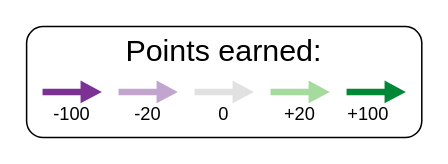
The draw.io diagram frontend/rewards.drawio in LBrinkmann/reward-networks-iii-experiment, before the edit. Source tidied: cells renumbered, new cells numbered last; positions are measured from the earlier drawing's top-left corner, leaving out a move shared by most shapes. Both pictures are drawn from the tidied source at 152%, with x=0, y=0 at pixel (26, 26).
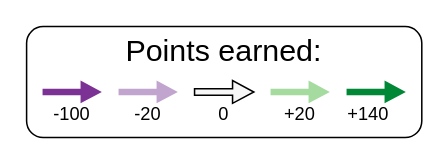
The same page after the edit.

What changed in the source:
```diff
@@
 <mxGraphModel>
   <root>
     <mxCell id="0" />
     <mxCell id="1" parent="0" />
     <mxCell id="2" style="rounded=1;whiteSpace=wrap;html=1;" parent="1" vertex="1">
       <mxGeometry width="260" height="73" as="geometry" />
     </mxCell>
-    <mxCell id="3" style="shape=flexArrow;endArrow=classic;html=1;rounded=0;endWidth=9.696969696969697;endSize=4.333333333333334;width=4.242424242424242;fillColor=#e1e1e1;strokeColor=none;" parent="1" edge="1">
+    <mxCell id="3" style="shape=flexArrow;endArrow=classic;html=1;rounded=0;endWidth=9.696969696969697;endSize=4.333333333333334;width=4.242424242424242;fillColor=#f7f7f7;strokeColor=default;" parent="1" edge="1">
       <mxGeometry relative="1" as="geometry">
         <mxPoint x="110" y="43" as="sourcePoint" />
         <mxPoint x="150" y="43" as="targetPoint" />
       </mxGeometry>
     </mxCell>
     <mxCell id="4" style="shape=flexArrow;endArrow=classic;html=1;rounded=0;endWidth=9.696969696969697;endSize=4.333333333333334;width=4.242424242424242;fillColor=#a6dba0;strokeColor=none;" parent="1" edge="1">
       <mxGeometry relative="1" as="geometry">
         <mxPoint x="160" y="43" as="sourcePoint" />
         <mxPoint x="200" y="43" as="targetPoint" />
       </mxGeometry>
     </mxCell>
     <mxCell id="5" style="shape=flexArrow;endArrow=classic;html=1;rounded=0;endWidth=9.696969696969697;endSize=4.333333333333334;width=4.242424242424242;fillColor=#008837;strokeColor=none;" parent="1" edge="1">
       <mxGeometry relative="1" as="geometry">
         <mxPoint x="210" y="43" as="sourcePoint" />
         <mxPoint x="250" y="43" as="targetPoint" />
       </mxGeometry>
     </mxCell>
     <mxCell id="6" value="Points earned:" style="text;html=1;strokeColor=none;fillColor=none;align=center;verticalAlign=middle;whiteSpace=wrap;rounded=0;fontSize=20;" parent="1" vertex="1">
       <mxGeometry x="5" width="250" height="30" as="geometry" />
     </mxCell>
     <mxCell id="7" style="shape=flexArrow;endArrow=classic;html=1;rounded=0;endWidth=9.696969696969697;endSize=4.333333333333334;width=4.242424242424242;fillColor=#c2a5cf;strokeColor=none;" parent="1" edge="1">
       <mxGeometry relative="1" as="geometry">
         <mxPoint x="60" y="43" as="sourcePoint" />
         <mxPoint x="100" y="43" as="targetPoint" />
       </mxGeometry>
     </mxCell>
     <mxCell id="8" style="shape=flexArrow;endArrow=classic;html=1;rounded=0;endWidth=9.696969696969697;endSize=4.333333333333334;width=4.242424242424242;fillColor=#7b3294;strokeColor=none;" parent="1" edge="1">
       <mxGeometry relative="1" as="geometry">
         <mxPoint x="10" y="43" as="sourcePoint" />
         <mxPoint x="50" y="43" as="targetPoint" />
       </mxGeometry>
     </mxCell>
     <mxCell id="9" value="-100" style="text;html=1;strokeColor=none;fillColor=none;align=center;verticalAlign=middle;whiteSpace=wrap;rounded=0;" parent="1" vertex="1">
       <mxGeometry y="43" width="60" height="30" as="geometry" />
     </mxCell>
     <mxCell id="10" value="-20" style="text;html=1;strokeColor=none;fillColor=none;align=center;verticalAlign=middle;whiteSpace=wrap;rounded=0;" parent="1" vertex="1">
       <mxGeometry x="50" y="43" width="60" height="30" as="geometry" />
     </mxCell>
     <mxCell id="11" value="0" style="text;html=1;strokeColor=none;fillColor=none;align=center;verticalAlign=middle;whiteSpace=wrap;rounded=0;" parent="1" vertex="1">
       <mxGeometry x="100" y="43" width="60" height="30" as="geometry" />
     </mxCell>
     <mxCell id="12" value="+20" style="text;html=1;strokeColor=none;fillColor=none;align=center;verticalAlign=middle;whiteSpace=wrap;rounded=0;" parent="1" vertex="1">
       <mxGeometry x="150" y="43" width="60" height="30" as="geometry" />
     </mxCell>
-    <mxCell id="13" value="+100" style="text;html=1;strokeColor=none;fillColor=none;align=center;verticalAlign=middle;whiteSpace=wrap;rounded=0;" parent="1" vertex="1">
+    <mxCell id="13" value="+140" style="text;html=1;strokeColor=none;fillColor=none;align=center;verticalAlign=middle;whiteSpace=wrap;rounded=0;" parent="1" vertex="1">
       <mxGeometry x="200" y="43" width="50" height="30" as="geometry" />
     </mxCell>
   </root>
 </mxGraphModel>
```
